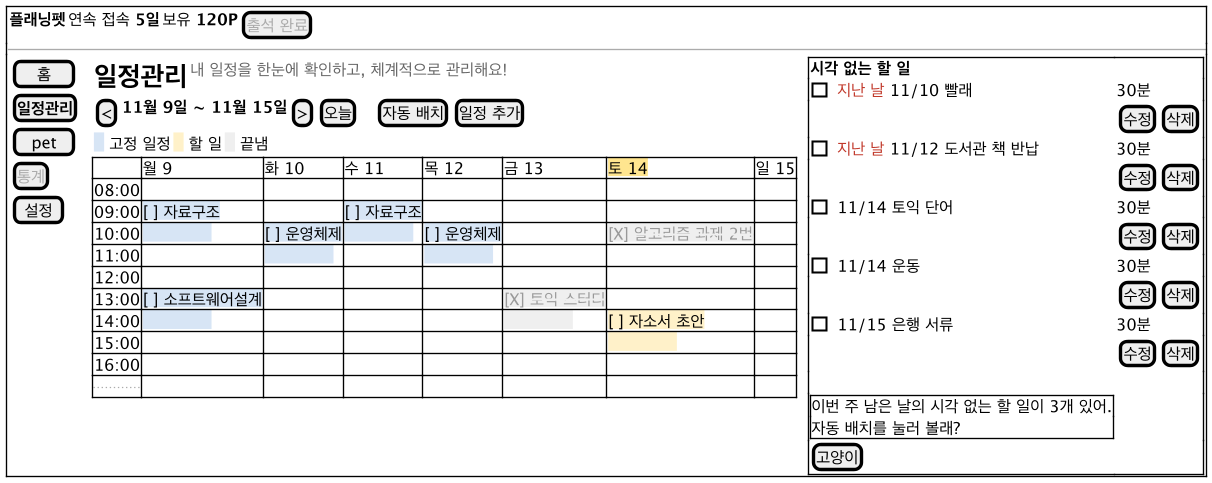
The PlantUML diagram docs/diagrams/ui-schedule.png in 2026-2-software-system-design-11/planning-pet-app, before a commit.
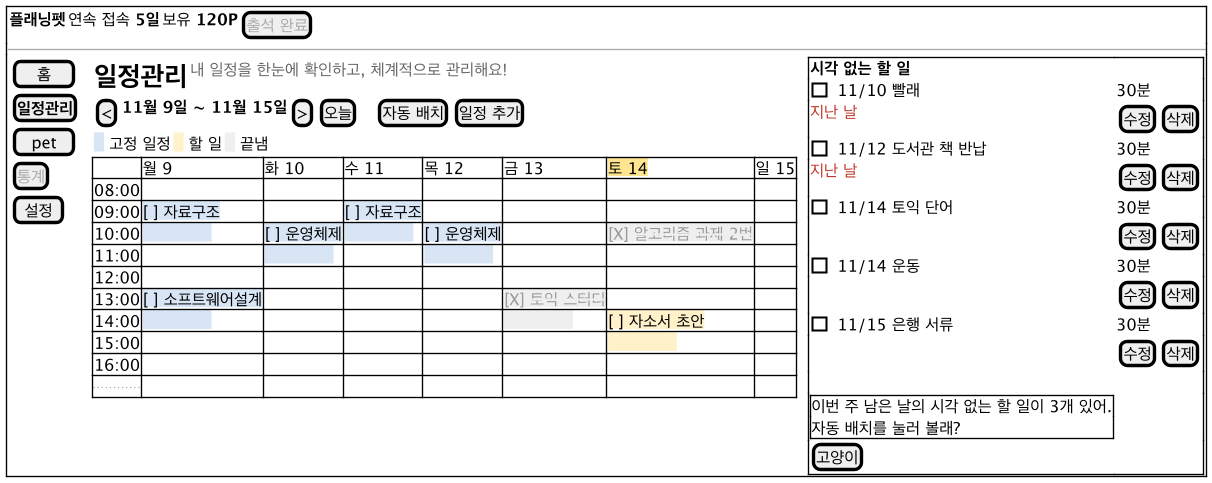
Later version of the same file.

Change to the diagram source:
```diff
@@ -31,10 +31,10 @@
     } | . |
     {+
       <b>시각 없는 할 일</b> | .
-      [ ] <color:#C0392B>지난 날</color> 11/10 빨래 | 30분
-      . | { [수정] | [삭제] }
-      [ ] <color:#C0392B>지난 날</color> 11/12 도서관 책 반납 | 30분
-      . | { [수정] | [삭제] }
+      [ ] 11/10 빨래 | 30분
+      <color:#C0392B>지난 날</color> | { [수정] | [삭제] }
+      [ ] 11/12 도서관 책 반납 | 30분
+      <color:#C0392B>지난 날</color> | { [수정] | [삭제] }
       [ ] 11/14 토익 단어 | 30분
       . | { [수정] | [삭제] }
       [ ] 11/14 운동 | 30분
```
